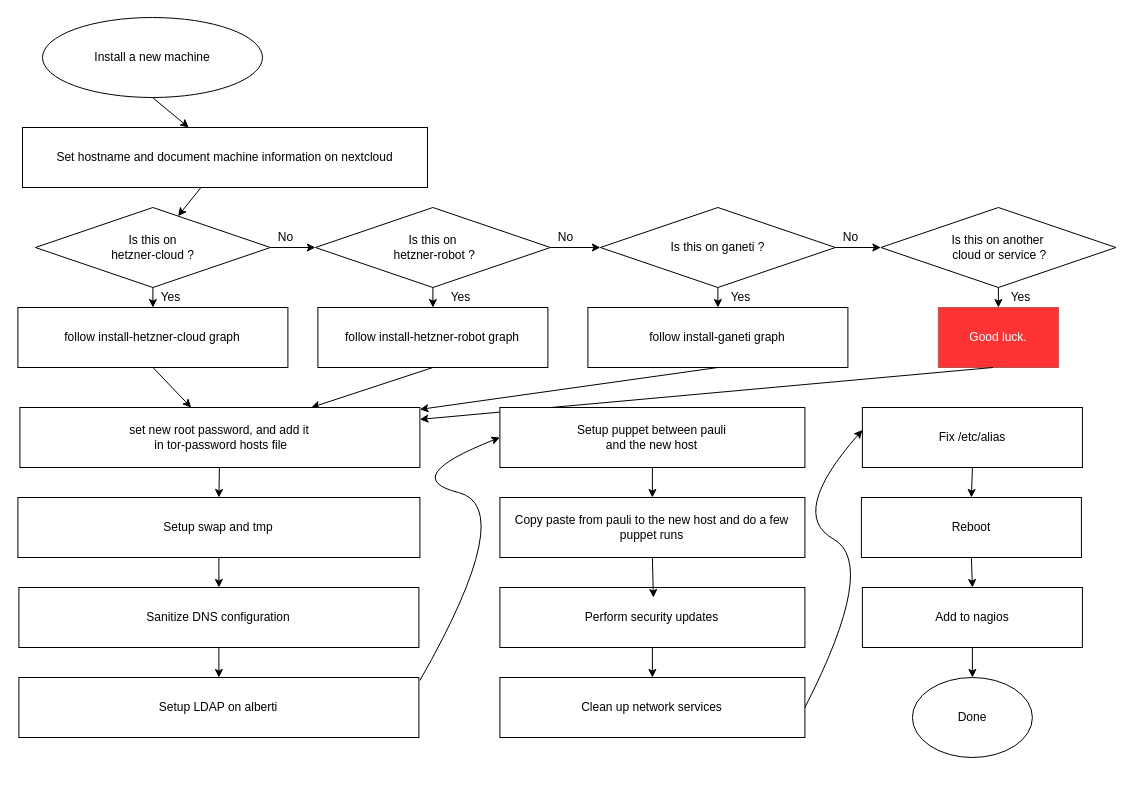
The draw.io diagram page "install-common" (1 of 5) of tsa/howto/new-machine/install.drawio in pastly/tsa-wiki, before the edit. Source tidied: cells renumbered, new cells numbered last; positions are measured from the earlier drawing's top-left corner, leaving out a move shared by most shapes. Both pictures are drawn from the tidied source at 100%, with x=0, y=0 at pixel (17, 17).
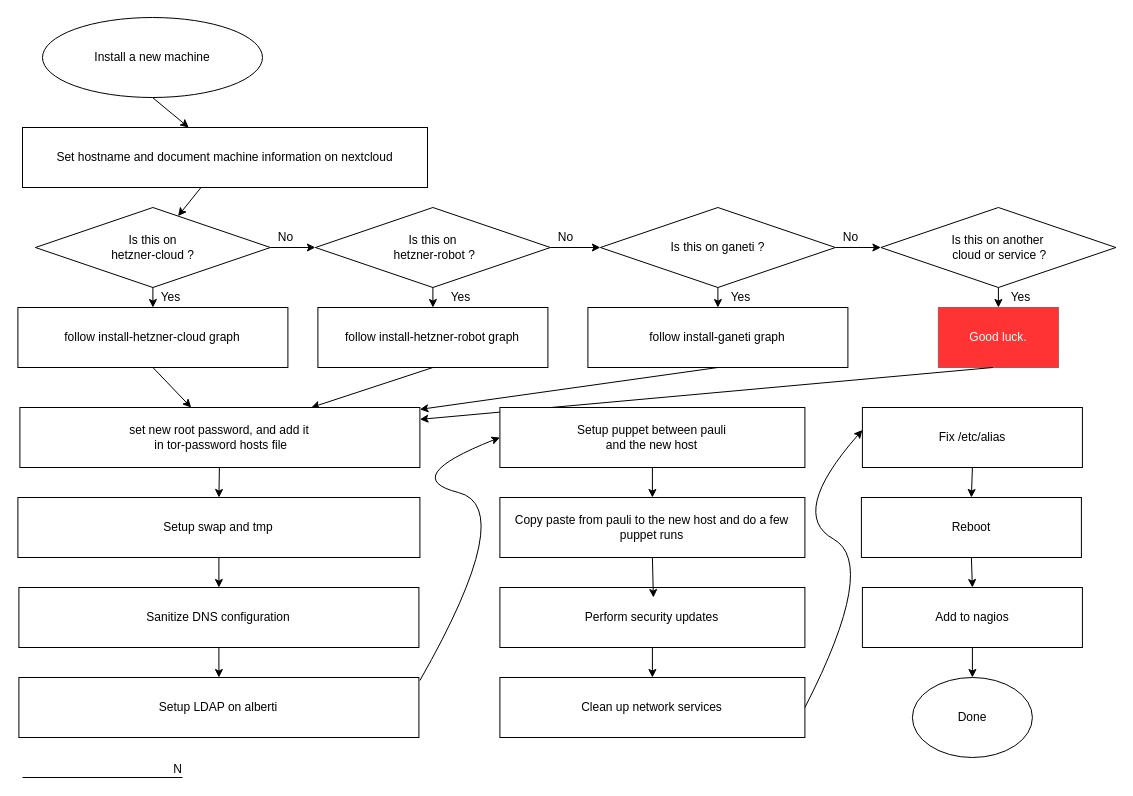
The same diagram, later.

Commit message (it also covers changes not shown here):
add a new proposed process

The edit, as a diff of the source:
```diff
@@
+    <mxCell id="55" style="endArrow=none;html=1;rounded=0;" parent="1" edge="1">
+      <mxGeometry relative="1" as="geometry">
+        <mxPoint x="5" y="760" as="sourcePoint" />
+        <mxPoint x="165" y="760" as="targetPoint" />
+      </mxGeometry>
+    </mxCell>
+    <mxCell id="56" value="N" style="html=1;align=right;verticalAlign=bottom;" parent="55" vertex="1">
+      <mxGeometry x="1" relative="1" as="geometry" />
+    </mxCell>
```
